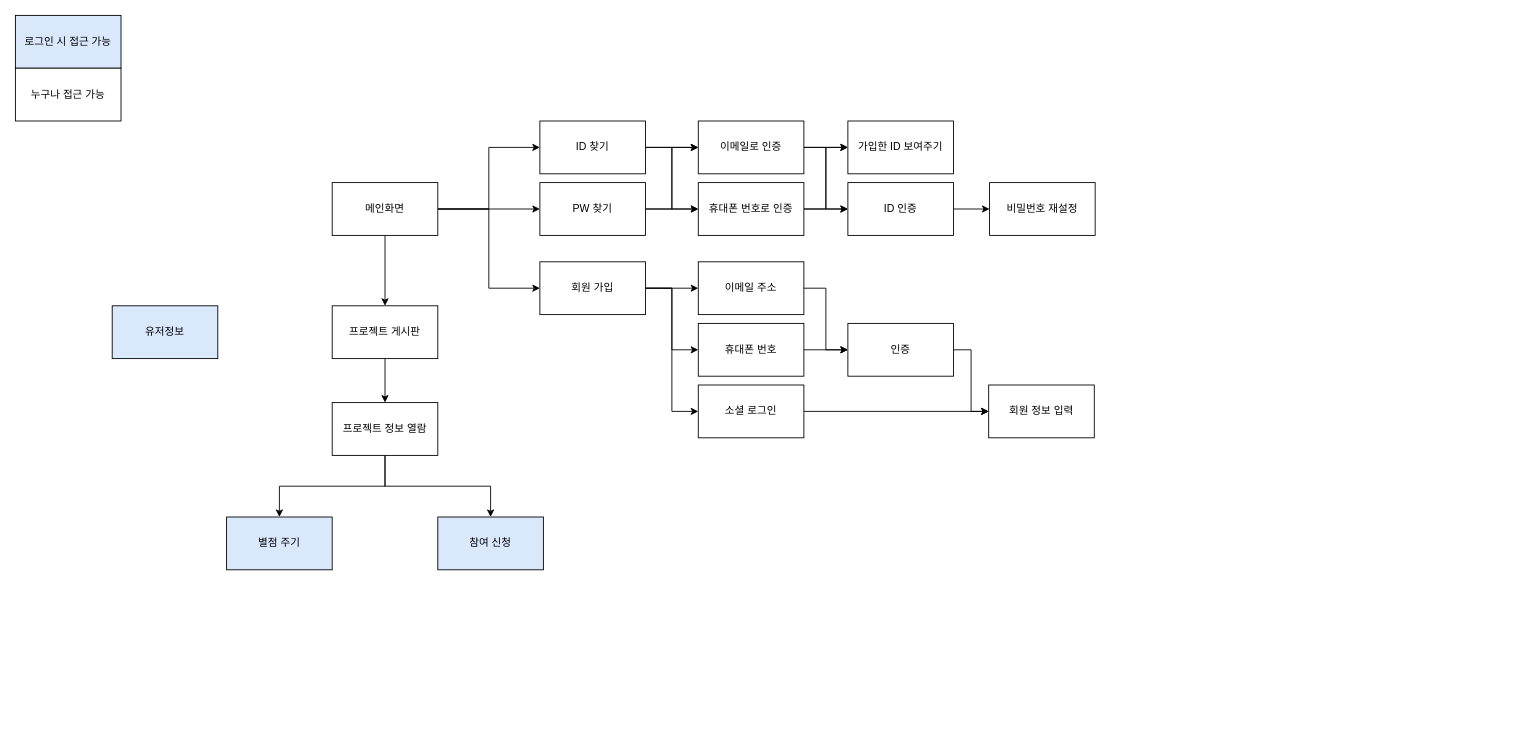
Before: party-recruit.drawio in Aierse/Party-Recruit, a draw.io diagram. Source tidied: cells renumbered, new cells numbered last; positions are measured from the earlier drawing's top-left corner, leaving out a move shared by most shapes. Both pictures are drawn from the tidied source at 88%, with x=0, y=0 at pixel (15, 15).
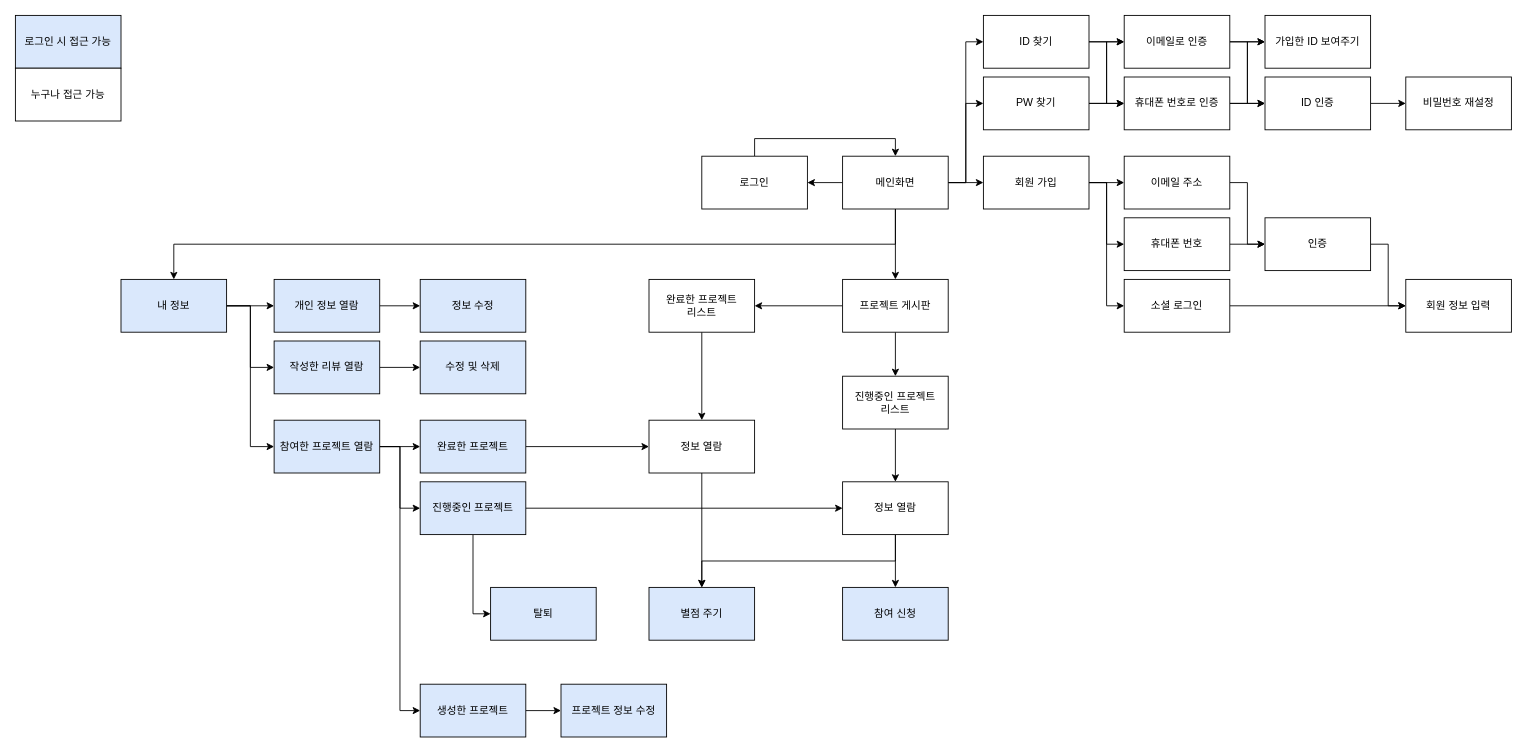
The same page after the edit.

Commit message:
수정 - 내정보 화면 흐름도 및 프로젝트 게시판 화면 흐름도

Change to the diagram source:
```diff
@@
+    <mxCell id="46" style="edgeStyle=orthogonalEdgeStyle;rounded=0;jettySize=auto;html=1;exitX=0.5;exitY=1;exitDx=0;exitDy=0;entryX=0.5;entryY=0;entryDx=0;entryDy=0;" parent="1" edge="1" source="6" target="9">
+      <mxGeometry relative="1" as="geometry" />
+    </mxCell>
+    <mxCell id="47" style="edgeStyle=orthogonalEdgeStyle;rounded=0;jettySize=auto;html=1;" parent="1" edge="1" source="6" target="71">
+      <mxGeometry relative="1" as="geometry" />
+    </mxCell>
     <mxCell id="6" value="메인화면" style="rounded=0;whiteSpace=wrap;html=1;" parent="1" vertex="1">
-      <mxGeometry x="360" y="190" width="120" height="60" as="geometry" />
+      <mxGeometry x="940" y="160" width="120" height="60" as="geometry" />
     </mxCell>
@@
+    <mxCell id="48" style="edgeStyle=orthogonalEdgeStyle;rounded=0;jettySize=auto;html=1;exitX=0;exitY=0.5;exitDx=0;exitDy=0;entryX=1;entryY=0.5;entryDx=0;entryDy=0;" parent="1" edge="1" source="8" target="73">
+      <mxGeometry relative="1" as="geometry" />
+    </mxCell>
     <mxCell id="8" value="프로젝트 게시판" style="rounded=0;whiteSpace=wrap;html=1;" parent="1" vertex="1">
-      <mxGeometry x="360" y="330" width="120" height="60" as="geometry" />
+      <mxGeometry x="940" y="300" width="120" height="60" as="geometry" />
     </mxCell>
+    <mxCell id="49" style="edgeStyle=orthogonalEdgeStyle;rounded=0;jettySize=auto;html=1;" parent="1" edge="1" source="9" target="55">
+      <mxGeometry relative="1" as="geometry" />
+    </mxCell>
+    <mxCell id="50" style="edgeStyle=orthogonalEdgeStyle;rounded=0;jettySize=auto;html=1;exitX=1;exitY=0.5;exitDx=0;exitDy=0;entryX=0;entryY=0.5;entryDx=0;entryDy=0;" parent="1" edge="1" source="9" target="61">
+      <mxGeometry relative="1" as="geometry" />
+    </mxCell>
+    <mxCell id="51" style="edgeStyle=orthogonalEdgeStyle;rounded=0;jettySize=auto;html=1;exitX=1;exitY=0.5;exitDx=0;exitDy=0;entryX=0;entryY=0.5;entryDx=0;entryDy=0;" parent="1" edge="1" source="9" target="59">
+      <mxGeometry relative="1" as="geometry" />
+    </mxCell>
-    <mxCell id="9" value="유저정보" style="rounded=0;whiteSpace=wrap;html=1;fillColor=#dae8fc;strokeColor=#000000;" parent="1" vertex="1">
-      <mxGeometry x="110" y="330" width="120" height="60" as="geometry" />
+    <mxCell id="9" value="내 정보" style="rounded=0;whiteSpace=wrap;html=1;fillColor=#dae8fc;strokeColor=#000000;" parent="1" vertex="1">
+      <mxGeometry x="120" y="300" width="120" height="60" as="geometry" />
     </mxCell>
@@
-    <mxCell id="12" style="edgeStyle=orthogonalEdgeStyle;rounded=0;jettySize=auto;html=1;exitX=0.5;exitY=1;exitDx=0;exitDy=0;entryX=0.5;entryY=0;entryDx=0;entryDy=0;" parent="1" edge="1" source="14" target="19">
-      <mxGeometry relative="1" as="geometry" />
-    </mxCell>
-    <mxCell id="13" style="edgeStyle=orthogonalEdgeStyle;rounded=0;jettySize=auto;html=1;exitX=0.5;exitY=1;exitDx=0;exitDy=0;entryX=0.5;entryY=0;entryDx=0;entryDy=0;" parent="1" edge="1" source="14" target="20">
-      <mxGeometry relative="1" as="geometry" />
-    </mxCell>
+    <mxCell id="52" style="edgeStyle=orthogonalEdgeStyle;rounded=0;jettySize=auto;html=1;exitX=0.5;exitY=1;exitDx=0;exitDy=0;entryX=0.5;entryY=0;entryDx=0;entryDy=0;" parent="1" edge="1" source="14" target="78">
+      <mxGeometry relative="1" as="geometry" />
+    </mxCell>
-    <mxCell id="14" value="프로젝트 정보 열람" style="rounded=0;whiteSpace=wrap;html=1;" parent="1" vertex="1">
-      <mxGeometry x="360" y="440" width="120" height="60" as="geometry" />
+    <mxCell id="14" value="진행중인 프로젝트&lt;br&gt;리스트" style="rounded=0;whiteSpace=wrap;html=1;" parent="1" vertex="1">
+      <mxGeometry x="940" y="410" width="120" height="60" as="geometry" />
     </mxCell>
@@
     <mxCell id="18" value="회원 가입" style="rounded=0;whiteSpace=wrap;html=1;" parent="1" vertex="1">
-      <mxGeometry x="596" y="280" width="120" height="60" as="geometry" />
+      <mxGeometry x="1100" y="160" width="120" height="60" as="geometry" />
     </mxCell>
     <mxCell id="19" value="별점 주기" style="rounded=0;whiteSpace=wrap;html=1;fillColor=#dae8fc;strokeColor=#000000;" parent="1" vertex="1">
-      <mxGeometry x="240" y="570" width="120" height="60" as="geometry" />
+      <mxGeometry x="720" y="650" width="120" height="60" as="geometry" />
     </mxCell>
     <mxCell id="20" value="참여 신청" style="rounded=0;whiteSpace=wrap;html=1;fillColor=#dae8fc;strokeColor=#000000;" parent="1" vertex="1">
-      <mxGeometry x="480" y="570" width="120" height="60" as="geometry" />
+      <mxGeometry x="940" y="650" width="120" height="60" as="geometry" />
     </mxCell>
@@
     <mxCell id="22" value="이메일 주소" style="rounded=0;whiteSpace=wrap;html=1;" parent="1" vertex="1">
-      <mxGeometry x="776" y="280" width="120" height="60" as="geometry" />
+      <mxGeometry x="1260" y="160" width="120" height="60" as="geometry" />
     </mxCell>
@@
     <mxCell id="24" value="휴대폰 번호" style="rounded=0;whiteSpace=wrap;html=1;" parent="1" vertex="1">
-      <mxGeometry x="776" y="350" width="120" height="60" as="geometry" />
+      <mxGeometry x="1260" y="230" width="120" height="60" as="geometry" />
     </mxCell>
@@
     <mxCell id="26" value="소셜 로그인" style="rounded=0;whiteSpace=wrap;html=1;" parent="1" vertex="1">
-      <mxGeometry x="776" y="420" width="120" height="60" as="geometry" />
+      <mxGeometry x="1260" y="300" width="120" height="60" as="geometry" />
     </mxCell>
@@
     <mxCell id="28" value="인증" style="rounded=0;whiteSpace=wrap;html=1;" parent="1" vertex="1">
-      <mxGeometry x="946" y="350" width="120" height="60" as="geometry" />
+      <mxGeometry x="1420" y="230" width="120" height="60" as="geometry" />
     </mxCell>
     <mxCell id="29" value="회원 정보 입력" style="rounded=0;whiteSpace=wrap;html=1;" parent="1" vertex="1">
-      <mxGeometry x="1106" y="420" width="120" height="60" as="geometry" />
+      <mxGeometry x="1580" y="300" width="120" height="60" as="geometry" />
     </mxCell>
@@
     <mxCell id="32" value="PW 찾기" style="rounded=0;whiteSpace=wrap;html=1;" parent="1" vertex="1">
-      <mxGeometry x="596" y="190" width="120" height="60" as="geometry" />
+      <mxGeometry x="1100" y="70" width="120" height="60" as="geometry" />
     </mxCell>
@@
     <mxCell id="35" value="ID 찾기" style="rounded=0;whiteSpace=wrap;html=1;" parent="1" vertex="1">
-      <mxGeometry x="596" y="120" width="120" height="60" as="geometry" />
+      <mxGeometry x="1100" width="120" height="60" as="geometry" />
     </mxCell>
@@
     <mxCell id="38" value="휴대폰 번호로 인증" style="rounded=0;whiteSpace=wrap;html=1;" parent="1" vertex="1">
-      <mxGeometry x="776" y="190" width="120" height="60" as="geometry" />
+      <mxGeometry x="1260" y="70" width="120" height="60" as="geometry" />
     </mxCell>
@@
     <mxCell id="41" value="이메일로 인증" style="rounded=0;whiteSpace=wrap;html=1;" parent="1" vertex="1">
-      <mxGeometry x="776" y="120" width="120" height="60" as="geometry" />
+      <mxGeometry x="1260" width="120" height="60" as="geometry" />
     </mxCell>
     <mxCell id="42" value="가입한 ID 보여주기" style="rounded=0;whiteSpace=wrap;html=1;" parent="1" vertex="1">
-      <mxGeometry x="946" y="120" width="120" height="60" as="geometry" />
+      <mxGeometry x="1420" width="120" height="60" as="geometry" />
     </mxCell>
@@
     <mxCell id="44" value="ID 인증" style="rounded=0;whiteSpace=wrap;html=1;" parent="1" vertex="1">
-      <mxGeometry x="946" y="190" width="120" height="60" as="geometry" />
+      <mxGeometry x="1420" y="70" width="120" height="60" as="geometry" />
     </mxCell>
     <mxCell id="45" value="비밀번호 재설정" style="rounded=0;whiteSpace=wrap;html=1;" parent="1" vertex="1">
-      <mxGeometry x="1107" y="190" width="120" height="60" as="geometry" />
+      <mxGeometry x="1580" y="70" width="120" height="60" as="geometry" />
     </mxCell>
+    <mxCell id="53" value="정보 수정" style="rounded=0;whiteSpace=wrap;html=1;fillColor=#dae8fc;strokeColor=#000000;" parent="1" vertex="1">
+      <mxGeometry x="460" y="300" width="120" height="60" as="geometry" />
+    </mxCell>
+    <mxCell id="54" style="edgeStyle=orthogonalEdgeStyle;rounded=0;jettySize=auto;html=1;exitX=1;exitY=0.5;exitDx=0;exitDy=0;entryX=0;entryY=0.5;entryDx=0;entryDy=0;" parent="1" edge="1" source="55" target="53">
+      <mxGeometry relative="1" as="geometry" />
+    </mxCell>
+    <mxCell id="55" value="개인 정보 열람" style="rounded=0;whiteSpace=wrap;html=1;fillColor=#dae8fc;strokeColor=#000000;" parent="1" vertex="1">
+      <mxGeometry x="294" y="300" width="120" height="60" as="geometry" />
+    </mxCell>
+    <mxCell id="56" style="edgeStyle=orthogonalEdgeStyle;rounded=0;jettySize=auto;html=1;" parent="1" edge="1" source="59" target="67">
+      <mxGeometry relative="1" as="geometry" />
+    </mxCell>
+    <mxCell id="57" style="edgeStyle=orthogonalEdgeStyle;rounded=0;jettySize=auto;html=1;exitX=1;exitY=0.5;exitDx=0;exitDy=0;entryX=0;entryY=0.5;entryDx=0;entryDy=0;" parent="1" edge="1" source="59" target="65">
+      <mxGeometry relative="1" as="geometry" />
+    </mxCell>
+    <mxCell id="58" style="edgeStyle=orthogonalEdgeStyle;rounded=0;jettySize=auto;html=1;exitX=1;exitY=0.5;exitDx=0;exitDy=0;entryX=0;entryY=0.5;entryDx=0;entryDy=0;" parent="1" edge="1" source="59" target="69">
+      <mxGeometry relative="1" as="geometry" />
+    </mxCell>
+    <mxCell id="59" value="참여한 프로젝트 열람" style="rounded=0;whiteSpace=wrap;html=1;fillColor=#dae8fc;strokeColor=#000000;" parent="1" vertex="1">
+      <mxGeometry x="294" y="460" width="120" height="60" as="geometry" />
+    </mxCell>
+    <mxCell id="60" style="edgeStyle=orthogonalEdgeStyle;rounded=0;jettySize=auto;html=1;exitX=1;exitY=0.5;exitDx=0;exitDy=0;entryX=0;entryY=0.5;entryDx=0;entryDy=0;" parent="1" edge="1" source="61" target="62">
+      <mxGeometry relative="1" as="geometry" />
+    </mxCell>
+    <mxCell id="61" value="작성한 리뷰 열람" style="rounded=0;whiteSpace=wrap;html=1;fillColor=#dae8fc;strokeColor=#000000;" parent="1" vertex="1">
+      <mxGeometry x="294" y="370" width="120" height="60" as="geometry" />
+    </mxCell>
+    <mxCell id="62" value="수정 및 삭제" style="rounded=0;whiteSpace=wrap;html=1;fillColor=#dae8fc;strokeColor=#000000;" parent="1" vertex="1">
+      <mxGeometry x="460" y="370" width="120" height="60" as="geometry" />
+    </mxCell>
+    <mxCell id="63" style="edgeStyle=orthogonalEdgeStyle;rounded=0;jettySize=auto;html=1;exitX=1;exitY=0.5;exitDx=0;exitDy=0;entryX=0;entryY=0.5;entryDx=0;entryDy=0;" parent="1" edge="1" source="65" target="78">
+      <mxGeometry relative="1" as="geometry" />
+    </mxCell>
+    <mxCell id="64" style="edgeStyle=orthogonalEdgeStyle;rounded=0;jettySize=auto;html=1;exitX=0.5;exitY=1;exitDx=0;exitDy=0;entryX=0;entryY=0.5;entryDx=0;entryDy=0;" parent="1" edge="1" source="65" target="79">
+      <mxGeometry relative="1" as="geometry" />
+    </mxCell>
+    <mxCell id="65" value="진행중인 프로젝트" style="rounded=0;whiteSpace=wrap;html=1;fillColor=#dae8fc;strokeColor=#000000;" parent="1" vertex="1">
+      <mxGeometry x="460" y="530" width="120" height="60" as="geometry" />
+    </mxCell>
+    <mxCell id="66" style="edgeStyle=orthogonalEdgeStyle;rounded=0;jettySize=auto;html=1;exitX=1;exitY=0.5;exitDx=0;exitDy=0;entryX=0;entryY=0.5;entryDx=0;entryDy=0;" parent="1" edge="1" source="67" target="75">
+      <mxGeometry relative="1" as="geometry" />
+    </mxCell>
+    <mxCell id="67" value="완료한 프로젝트" style="rounded=0;whiteSpace=wrap;html=1;fillColor=#dae8fc;strokeColor=#000000;" parent="1" vertex="1">
+      <mxGeometry x="460" y="460" width="120" height="60" as="geometry" />
+    </mxCell>
+    <mxCell id="68" style="edgeStyle=orthogonalEdgeStyle;rounded=0;jettySize=auto;html=1;exitX=1;exitY=0.5;exitDx=0;exitDy=0;entryX=0;entryY=0.5;entryDx=0;entryDy=0;" parent="1" edge="1" source="69" target="80">
+      <mxGeometry relative="1" as="geometry" />
+    </mxCell>
+    <mxCell id="69" value="생성한 프로젝트" style="rounded=0;whiteSpace=wrap;html=1;fillColor=#dae8fc;strokeColor=#000000;" parent="1" vertex="1">
+      <mxGeometry x="460" y="760" width="120" height="60" as="geometry" />
+    </mxCell>
+    <mxCell id="70" style="edgeStyle=orthogonalEdgeStyle;rounded=0;jettySize=auto;html=1;exitX=0.5;exitY=0;exitDx=0;exitDy=0;entryX=0.5;entryY=0;entryDx=0;entryDy=0;" parent="1" edge="1" source="71" target="6">
+      <mxGeometry relative="1" as="geometry" />
+    </mxCell>
+    <mxCell id="71" value="로그인" style="rounded=0;whiteSpace=wrap;html=1;" parent="1" vertex="1">
+      <mxGeometry x="780" y="160" width="120" height="60" as="geometry" />
+    </mxCell>
+    <mxCell id="72" style="edgeStyle=orthogonalEdgeStyle;rounded=0;jettySize=auto;html=1;exitX=0.5;exitY=1;exitDx=0;exitDy=0;entryX=0.5;entryY=0;entryDx=0;entryDy=0;" parent="1" edge="1" source="73" target="75">
+      <mxGeometry relative="1" as="geometry" />
+    </mxCell>
+    <mxCell id="73" value="완료한 프로젝트 &lt;br&gt;리스트" style="rounded=0;whiteSpace=wrap;html=1;" parent="1" vertex="1">
+      <mxGeometry x="720" y="300" width="120" height="60" as="geometry" />
+    </mxCell>
+    <mxCell id="74" style="edgeStyle=orthogonalEdgeStyle;rounded=0;jettySize=auto;html=1;exitX=0.5;exitY=1;exitDx=0;exitDy=0;entryX=0.5;entryY=0;entryDx=0;entryDy=0;" parent="1" edge="1" source="75" target="19">
+      <mxGeometry relative="1" as="geometry" />
+    </mxCell>
+    <mxCell id="75" value="정보 열람" style="rounded=0;whiteSpace=wrap;html=1;" parent="1" vertex="1">
+      <mxGeometry x="720" y="460" width="120" height="60" as="geometry" />
+    </mxCell>
+    <mxCell id="76" style="edgeStyle=orthogonalEdgeStyle;rounded=0;jettySize=auto;html=1;exitX=0.5;exitY=1;exitDx=0;exitDy=0;entryX=0.5;entryY=0;entryDx=0;entryDy=0;" parent="1" edge="1" source="78" target="19">
+      <mxGeometry relative="1" as="geometry" />
+    </mxCell>
+    <mxCell id="77" style="edgeStyle=orthogonalEdgeStyle;rounded=0;jettySize=auto;html=1;exitX=0.5;exitY=1;exitDx=0;exitDy=0;entryX=0.5;entryY=0;entryDx=0;entryDy=0;" parent="1" edge="1" source="78" target="20">
+      <mxGeometry relative="1" as="geometry" />
+    </mxCell>
+    <mxCell id="78" value="정보 열람" style="rounded=0;whiteSpace=wrap;html=1;" parent="1" vertex="1">
+      <mxGeometry x="940" y="530" width="120" height="60" as="geometry" />
+    </mxCell>
+    <mxCell id="79" value="탈퇴" style="rounded=0;whiteSpace=wrap;html=1;fillColor=#dae8fc;strokeColor=#000000;" parent="1" vertex="1">
+      <mxGeometry x="540" y="650" width="120" height="60" as="geometry" />
+    </mxCell>
+    <mxCell id="80" value="프로젝트 정보 수정" style="rounded=0;whiteSpace=wrap;html=1;fillColor=#dae8fc;strokeColor=#000000;" parent="1" vertex="1">
+      <mxGeometry x="620" y="760" width="120" height="60" as="geometry" />
+    </mxCell>
```
